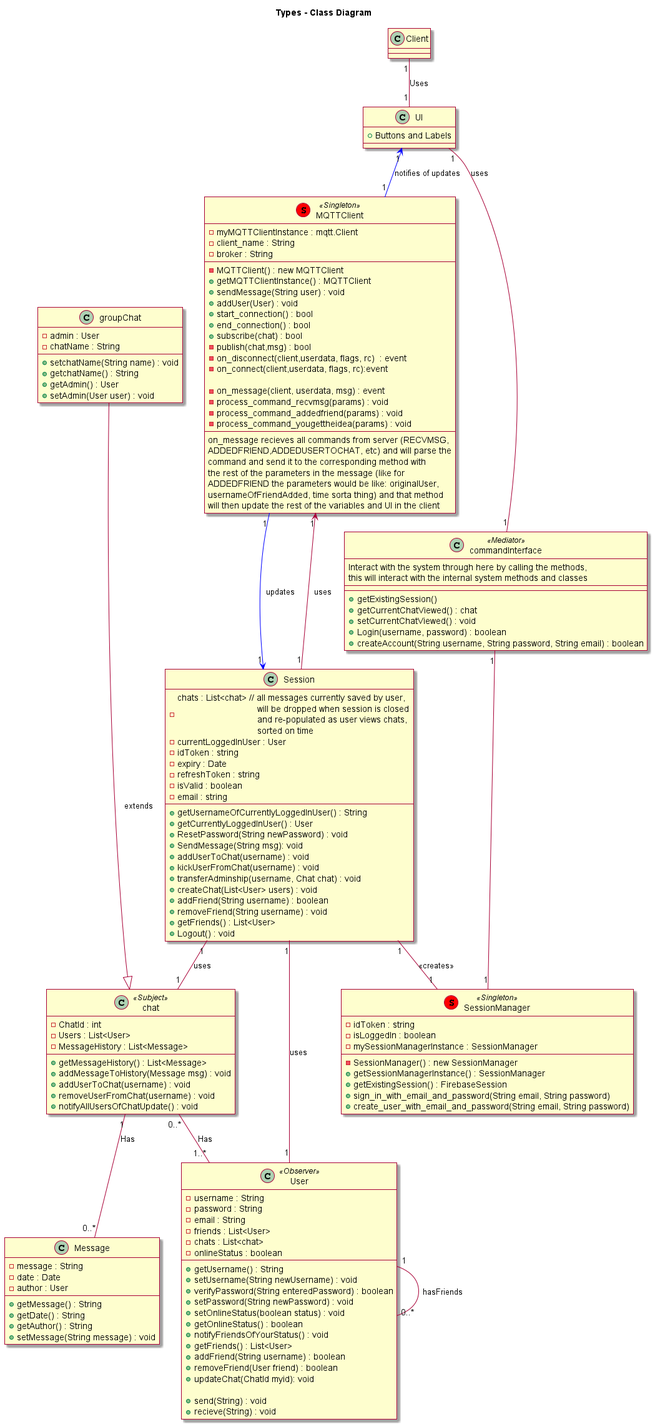
The PlantUML diagram diagrams/out/diagrams/class_diagram/class_diagram.png in UBCO-COSC-310-Winter-2022-T2/the-project-marbl, before a commit.
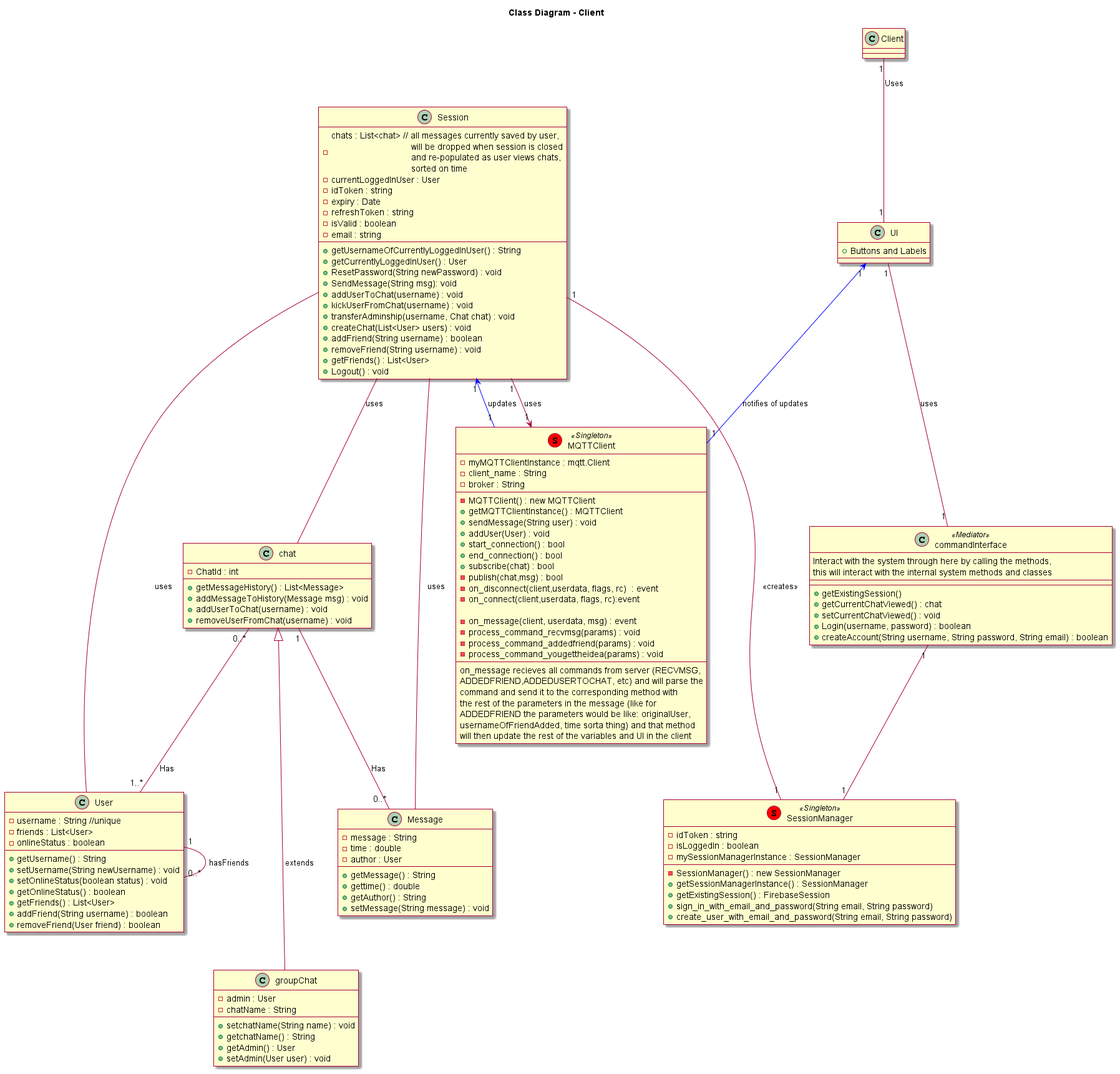
After the commit.

What changed in the source:
```diff
@@ -1,7 +1,7 @@
 @startuml
 skin rose
 
-title Types - Class Diagram
+title Class Diagram - Client
 
 
 skinparam componentStyle uml2
@@ -10,36 +10,26 @@
 
 class Message{
     - message : String
-    - date : Date
+    - time : double
     - author : User
     +getMessage() : String
-    +getDate() : String
+    +gettime() : double
     +getAuthor() : String
     +setMessage(String message) : void
 }
 
-class User <<Observer>> {
-    -username : String
-    -password : String
-    -email : String
+class User  {
+    -username : String //unique
     -friends : List<User>
-    -chats : List<chat>
     -onlineStatus : boolean
 
     +getUsername() : String
     +setUsername(String newUsername) : void
-    +verifyPassword(String enteredPassword) : boolean
-    +setPassword(String newPassword) : void
     +setOnlineStatus(boolean status) : void
     +getOnlineStatus() : boolean
-    +notifyFriendsOfYourStatus() : void
     +getFriends() : List<User>
     +addFriend(String username) : boolean
     +removeFriend(User friend) : boolean
-    +updateChat(ChatId myid): void
-
-    +send(String) : void
-    +recieve(String) : void
 }
 
 User "1"--"0..*" User : hasFriends
@@ -86,22 +76,19 @@
     +setAdmin(User user) : void
 }
 
-Class chat <<Subject>> {
+Class chat {
     -ChatId : int
-    -Users : List<User>
-    -MessageHistory : List<Message>
     +getMessageHistory() : List<Message>
     +addMessageToHistory(Message msg) : void
     +addUserToChat(username) : void
     +removeUserFromChat(username) : void
-    +notifyAllUsersOfChatUpdate() : void
 }
 
 chat "0..*" -- "1..*" User : Has
 
 chat "1" -- "0..*" Message : Has
 
-groupChat---|> chat : extends
+groupChat-up--|> chat : extends
 
 class commandInterface <<Mediator>> {
     Interact with the system through here by calling the methods,
@@ -115,8 +102,9 @@
     +createAccount(String username, String password, String email) : boolean
 }
 
-Session "1" -- "1" User : uses
-Session "1" -- "1" chat: uses
+Session  --  User : uses
+Session  --  chat: uses
+Session  --  Message: uses
 
 class UI {
     +Buttons and Labels
```
